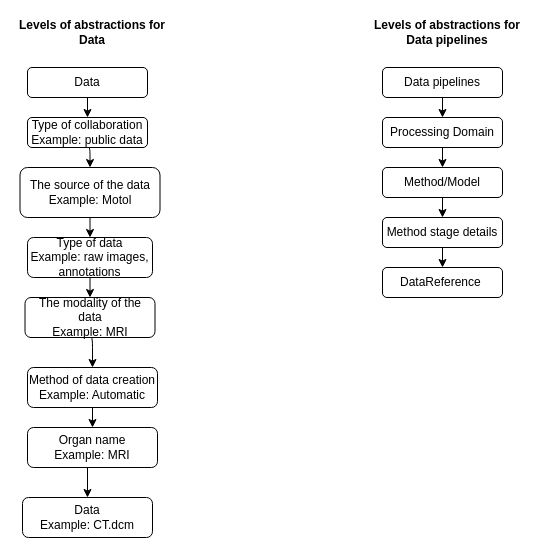
EvelinaAleksiutenko-ujp/eale-ujp-obsidian-docs keeps this draw.io diagram as Structuring the data on disk a/Abstract levels definition.drawio. Above is the earlier version. Source tidied: cells renumbered, new cells numbered last; positions are measured from the earlier drawing's top-left corner, leaving out a move shared by most shapes. Both pictures are drawn from the tidied source at 100%, with x=0, y=0 at pixel (17, 17).
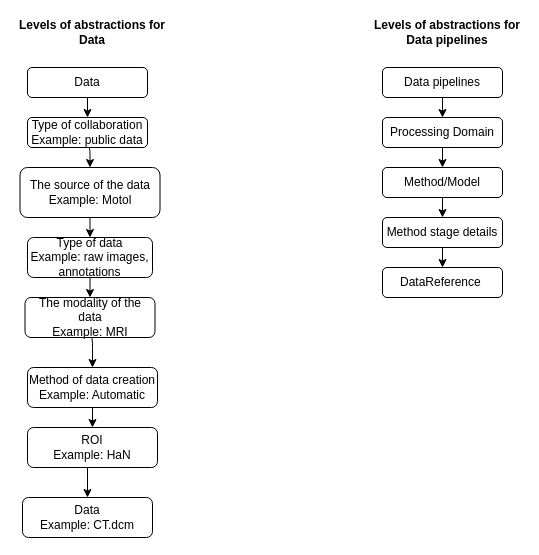
After the change.

Commit message (it also covers changes not shown here):
docs: change Organ name to ROI

The edit, as a diff of the source:
```diff
@@
-    <mxCell id="12" value="Organ name&lt;br&gt;Example: MRI" style="rounded=1;whiteSpace=wrap;html=1;shadow=0;" parent="1" vertex="1">
+    <mxCell id="12" value="ROI&lt;br&gt;Example: HaN" style="rounded=1;whiteSpace=wrap;html=1;shadow=0;" parent="1" vertex="1">
       <mxGeometry x="10" y="410" width="130" height="40" as="geometry" />
     </mxCell>
```
